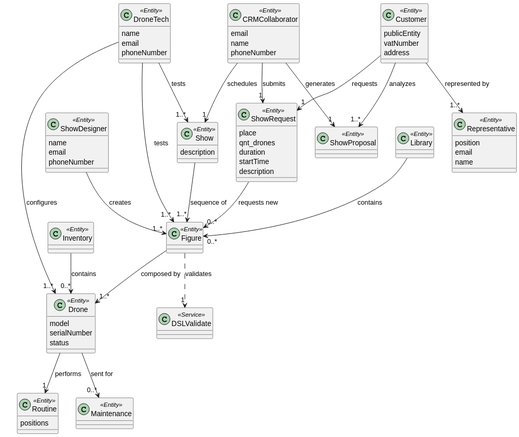
The PlantUML diagram docs/global_artifacts/analysis/images/domain_model.svg in diogoveirospro/sem4pi-2024-2025-sem4pi_2024_2025_g44, before a commit.
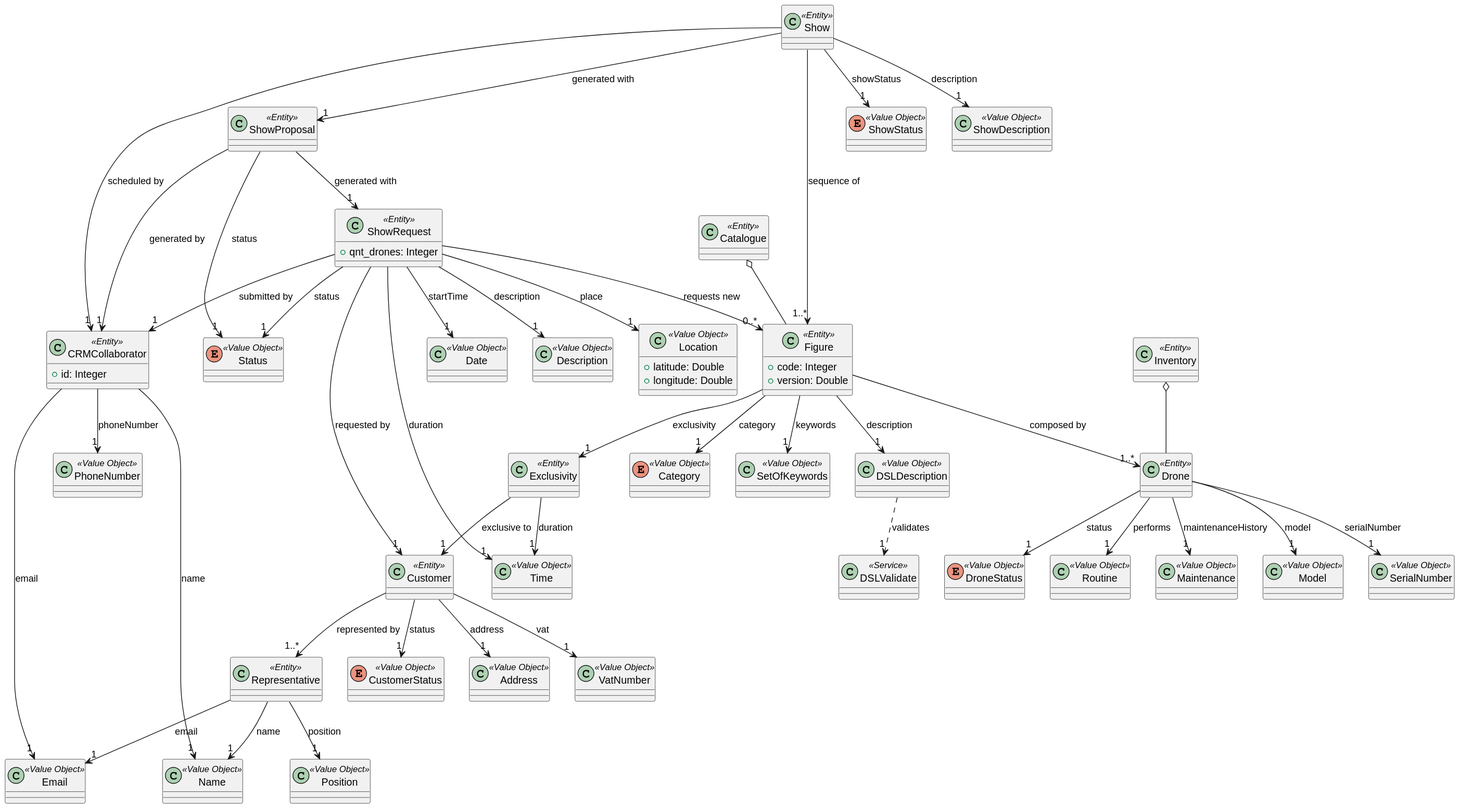
Above is the later version.

Commit message:
#6 Some more changes to the domain model. 1230462, 1230917 and 1230948

Change to the diagram source:
```diff
@@ -1,112 +1,163 @@
 @startuml
-class Customer <<Entity>>{
-    publicEntity
-    vatNumber
-    address
+class Name <<Value Object>>{
 }
 
-class Library <<Entity>>{
+class Email <<Value Object>>{
+}
+
+class Model <<Value Object>>{
+}
+
+class SerialNumber <<Value Object>>{
+}
+
+class PhoneNumber <<Value Object>>{
+}
+
+class Address <<Value Object>>{
+}
+
+class VatNumber <<Value Object>>{
+}
+
+class Time <<Value Object>>{
+}
+
+class Date <<Value Object>>{
+}
+
+class Position <<Value Object>>{
+}
+
+class Description <<Value Object>>{
+}
+
+enum CustomerStatus <<Value Object>>{
+}
+
+enum DroneStatus <<Value Object>>{
+}
+
+enum ShowStatus <<Value Object>>{
+}
+
+class Location <<Value Object>>{
+    + latitude: Double
+    + longitude: Double
+}
+
+class DSLDescription <<Value Object>>{
+}
+
+enum Category <<Value Object>>{
+}
+
+class SetOfKeywords <<Value Object>>{
+}
+
+enum Status <<Value Object>>{
+}
+
+class ShowDescription <<Value Object>>{
+}
+
+class Routine <<Value Object>>{
+}
+
+class Maintenance <<Value Object>>{
+}
+
+class Exclusivity <<Entity>>{
+}
+
+class Customer <<Entity>>{
+}
+
+class Catalogue <<Entity>>{
 }
 
 class Inventory <<Entity>>{
 }
 
 class Drone <<Entity>>{
-    model
-    serialNumber
-    status
-}
-
-class Routine <<Entity>>{
-    positions
 }
 
 class DSLValidate <<Service>>{
-
 }
 
 class Figure <<Entity>>{
-
+    + code: Integer
+    + version: Double
 }
 
 class CRMCollaborator <<Entity>>{
-    email
-    name
-    phoneNumber
-}
-
-class ShowDesigner <<Entity>>{
-    name
-    email
-    phoneNumber
-}
-
-class DroneTech <<Entity>>{
-    name
-    email
-    phoneNumber
+    + id: Integer
 }
 
 class Representative <<Entity>>{
-    position
-    email
-    name
 }
 
 class Show <<Entity>>{
-    description
-}
-
-class Maintenance <<Entity>>{
-
 }
 
 class ShowRequest <<Entity>>{
-    place
-    qnt_drones
-    duration
-    startTime
-    description
+    + qnt_drones: Integer
 }
 
 class ShowProposal <<Entity>>{
-
 }
 
 
-Customer  --> "1" ShowRequest : requests
 Customer  --> "1..*" Representative : represented by
-Customer --> "1..*" ShowProposal : analyzes
+Customer --> "1" VatNumber : vat
+Customer --> "1" Address : address
+Customer --> "1" CustomerStatus : status
 
 ShowRequest --> "0..*" Figure : requests new
+ShowRequest --> "1" Date : startTime
+ShowRequest --> "1" Time : duration
+ShowRequest --> "1" Description : description
+ShowRequest --> "1" CRMCollaborator : submitted by
+ShowRequest --> "1" Customer: requested by
+ShowRequest --> "1" Location: place
+ShowRequest --> "1" Status: status
 
-
-ShowDesigner --> "1..*" Figure: creates
-
-
-CRMCollaborator  --> "1" ShowProposal: generates
-CRMCollaborator  --> "1" ShowRequest: submits
-CRMCollaborator --> "1" Show : schedules
-
-
-DroneTech --> "1..*" Figure: tests
-DroneTech --> "1..*" Show: tests
-DroneTech --> "1..*" Drone: configures
-
-
+Representative --> "1" Name : name
+Representative --> "1" Email : email
+Representative --> "1" Position : position
 
 Figure --> "1..*" Drone: composed by
-Figure ..> "1" DSLValidate: validates
+Figure --> "1" DSLDescription: description
+Figure --> "1" Category: category
+Figure --> "1" SetOfKeywords: keywords
+Figure --> "1" Exclusivity: exclusivity
+
+DSLDescription ..> "1" DSLValidate: validates
 
 Show --> "1..*" Figure: sequence of
+Show --> "1" ShowStatus: showStatus
+Show --> "1" ShowDescription: description
+Show --> "1" ShowProposal: generated with
+Show --> "1" CRMCollaborator : scheduled by
 
 Drone --> "1" Routine: performs
-Drone --> "0..*" Maintenance: sent for
+Drone --> "1" DroneStatus: status
+Drone --> "1" Model: model
+Drone --> "1" SerialNumber: serialNumber
+Drone --> "1" Maintenance: maintenanceHistory
 
-Library --> "0..*" Figure: contains
+Catalogue o-- Figure
 
-Inventory --> "0..*" Drone: contains
+Inventory o-- Drone
 
+ShowProposal --> "1" CRMCollaborator: generated by
+ShowProposal --> "1" ShowRequest: generated with
+ShowProposal --> "1" Status: status
 
+CRMCollaborator --> "1" Name: name
+CRMCollaborator --> "1" Email: email
+CRMCollaborator --> "1" PhoneNumber: phoneNumber
 
+Exclusivity --> "1" Time: duration
+Exclusivity --> "1" Customer: exclusive to
 @enduml
```
